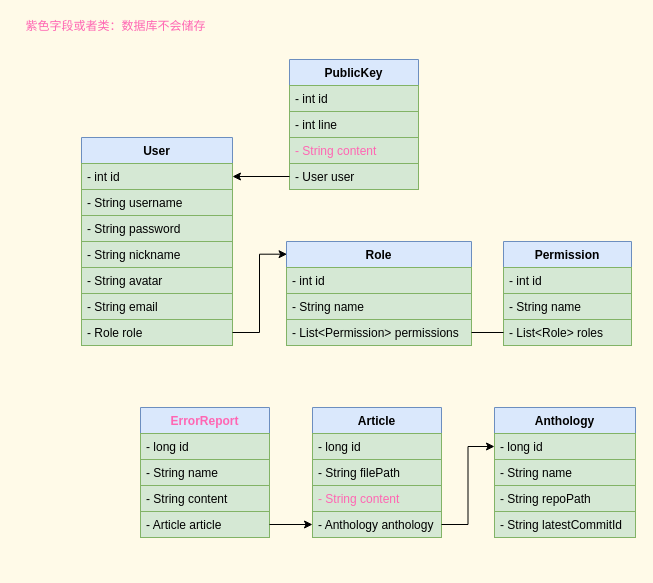
Earlier version of the draw.io diagram page "类图" (1 of 2) of server-springboot/后端类图.dio (swsk33/git-document). Source tidied: cells renumbered, new cells numbered last; positions are measured from the earlier drawing's top-left corner, leaving out a move shared by most shapes. Both pictures are drawn from the tidied source at 100%, with x=0, y=0 at pixel (20, 17).
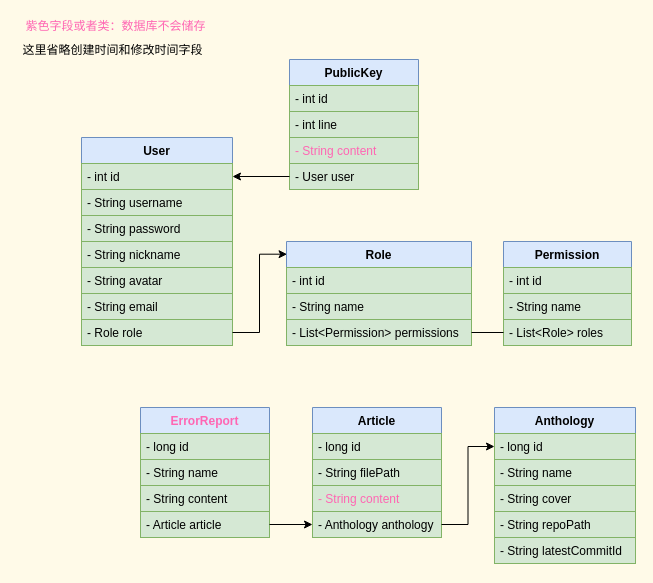
The same page after the edit.

The edit, as a diff of the source:
```diff
@@
     <mxCell id="25" value="Anthology" style="swimlane;fontStyle=1;align=center;verticalAlign=top;horizontal=1;startSize=26;fillColor=#dae8fc;strokeColor=#6c8ebf;" parent="1" vertex="1">
-      <mxGeometry x="474" y="390" width="141" height="130" as="geometry" />
+      <mxGeometry x="474" y="390" width="141" height="156" as="geometry" />
     </mxCell>
@@
+    <mxCell id="44" value="- String cover" style="text;strokeColor=#82b366;fillColor=#d5e8d4;align=left;verticalAlign=top;spacingLeft=4;spacingRight=4;overflow=hidden;" parent="25" vertex="1">
+      <mxGeometry y="78" width="141" height="26" as="geometry" />
+    </mxCell>
     <mxCell id="28" value="- String repoPath" style="text;strokeColor=#82b366;fillColor=#d5e8d4;align=left;verticalAlign=top;spacingLeft=4;spacingRight=4;overflow=hidden;" parent="25" vertex="1">
-      <mxGeometry y="78" width="141" height="26" as="geometry" />
+      <mxGeometry y="104" width="141" height="26" as="geometry" />
     </mxCell>
     <mxCell id="29" value="- String latestCommitId" style="text;strokeColor=#82b366;fillColor=#d5e8d4;align=left;verticalAlign=top;spacingLeft=4;spacingRight=4;overflow=hidden;" parent="25" vertex="1">
-      <mxGeometry y="104" width="141" height="26" as="geometry" />
+      <mxGeometry y="130" width="141" height="26" as="geometry" />
     </mxCell>
@@
+    <mxCell id="45" value="这里省略创建时间和修改时间字段" style="text;html=1;align=center;verticalAlign=middle;strokeColor=none;fillColor=none;" parent="1" vertex="1">
+      <mxGeometry x="-3" y="24" width="190" height="18" as="geometry" />
+    </mxCell>
```
